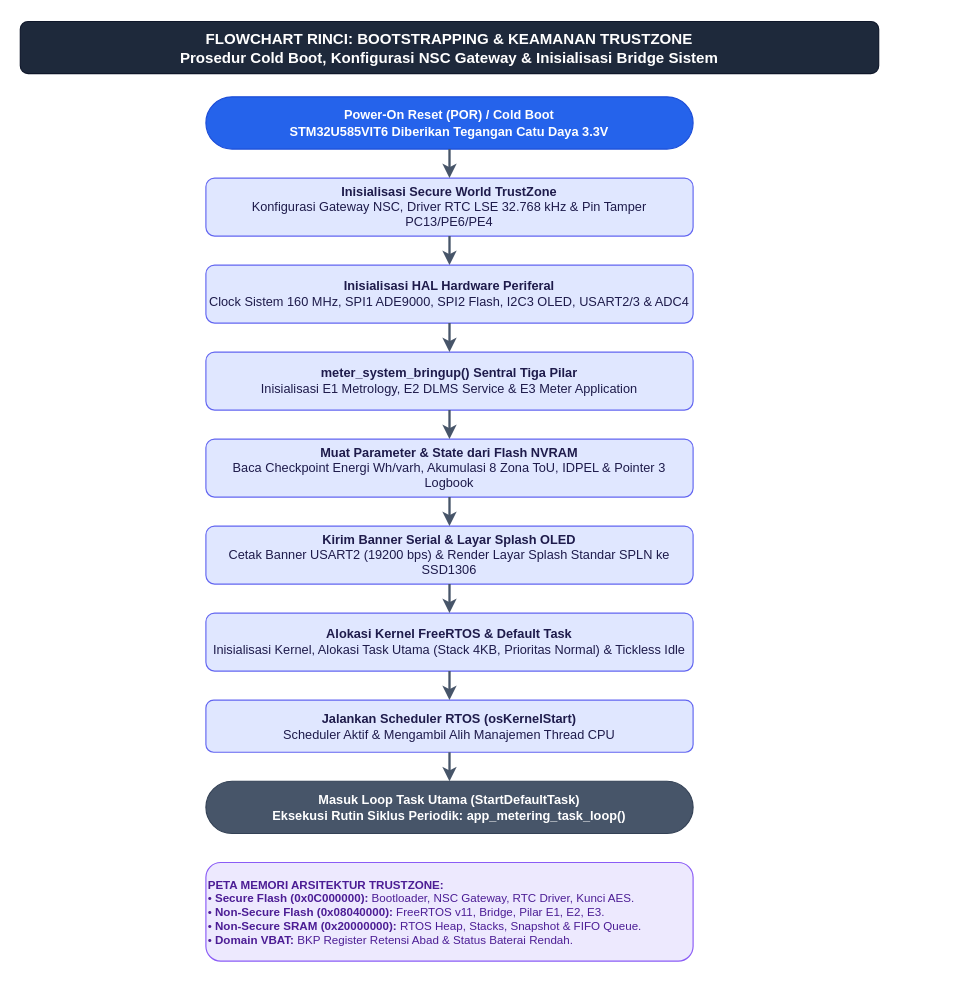
Earlier version of the draw.io diagram page "2. Bootstrapping & TrustZone" (2 of 7) of docs/system_flowchart.drawio (Kevla27/ALLIN). Source tidied: cells renumbered, new cells numbered last; positions are measured from the earlier drawing's top-left corner, leaving out a move shared by most shapes. Both pictures are drawn from the tidied source at 116%, with x=0, y=0 at pixel (20, 21).
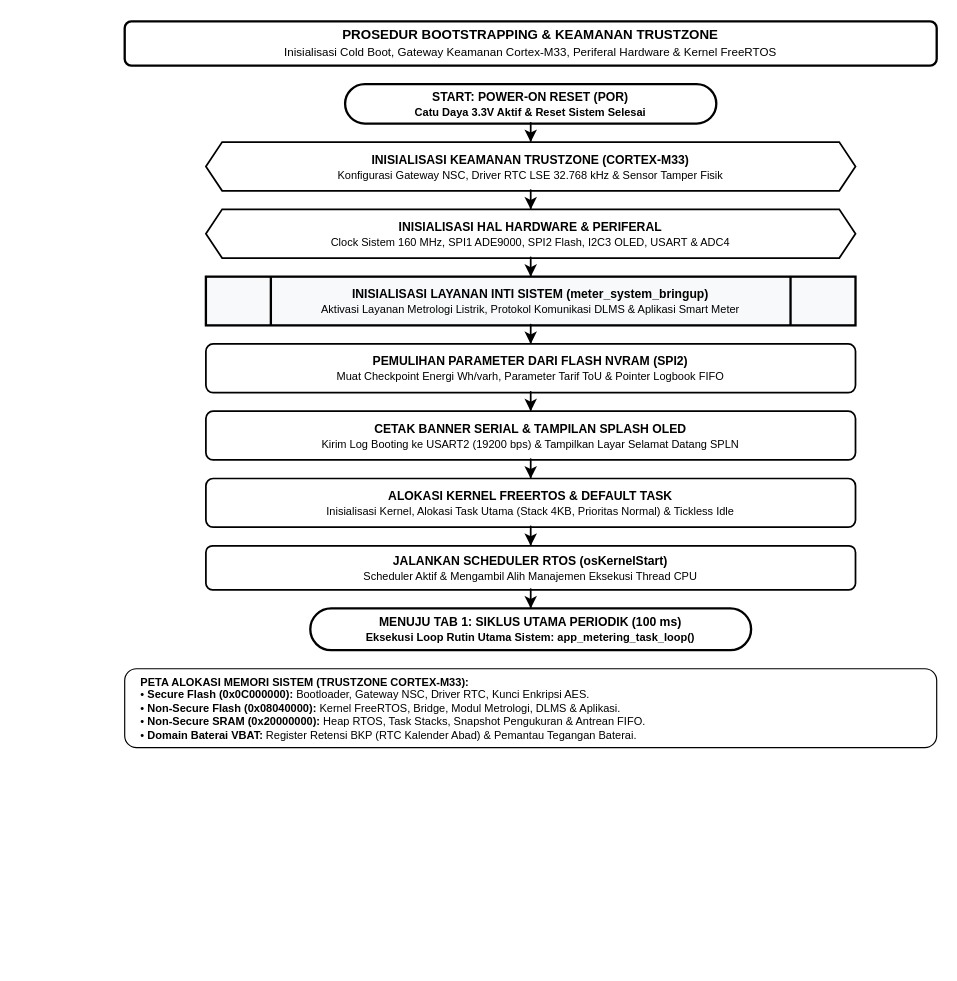
After the change.

Commit message (it also covers changes not shown here):
docs(flowchart): standarisasi Tab 2 Bootstrapping ISO 5807, B&W, dan eliminasi sebutan E gamblang

Change to the diagram source:
```diff
@@
-    <mxCell id="2" value="&lt;b&gt;FLOWCHART RINCI: BOOTSTRAPPING &amp;amp; KEAMANAN TRUSTZONE&lt;/b&gt;&lt;br/&gt;Prosedur Cold Boot, Konfigurasi NSC Gateway &amp;amp; Inisialisasi Bridge Sistem" style="rounded=1;whiteSpace=wrap;html=1;fillColor=#1e293b;strokeColor=#0f172a;fontColor=#ffffff;fontStyle=1;fontSize=13;align=center;" parent="1" vertex="1">
-      <mxGeometry width="740" height="45" as="geometry" />
+    <mxCell id="2" value="&lt;b&gt;PROSEDUR BOOTSTRAPPING &amp;amp; KEAMANAN TRUSTZONE&lt;/b&gt;&lt;br/&gt;&lt;font style=&quot;font-size:10px;&quot;&gt;Inisialisasi Cold Boot, Gateway Keamanan Cortex-M33, Periferal Hardware &amp;amp; Kernel FreeRTOS&lt;/font&gt;" style="rounded=1;whiteSpace=wrap;html=1;fillColor=#ffffff;strokeColor=#000000;strokeWidth=2;fontColor=#000000;fontSize=11.5;align=center;" parent="1" vertex="1">
+      <mxGeometry x="90" width="700" height="38" as="geometry" />
     </mxCell>
-    <mxCell id="3" value="&lt;b&gt;Power-On Reset (POR) / Cold Boot&lt;/b&gt;&lt;br/&gt;STM32U585VIT6 Diberikan Tegangan Catu Daya 3.3V" style="rounded=1;arcSize=50;whiteSpace=wrap;html=1;fillColor=#2563eb;strokeColor=#1d4ed8;fontColor=#ffffff;fontStyle=1;fontSize=11;align=center;" parent="1" vertex="1">
-      <mxGeometry x="160" y="65" width="420" height="45" as="geometry" />
+    <mxCell id="3" value="&lt;b&gt;START: POWER-ON RESET (POR)&lt;/b&gt;&lt;br/&gt;&lt;font style=&quot;font-size:9.5px;&quot;&gt;Catu Daya 3.3V Aktif &amp;amp; Reset Sistem Selesai&lt;/font&gt;" style="rounded=1;arcSize=50;whiteSpace=wrap;html=1;fillColor=#ffffff;strokeColor=#000000;strokeWidth=2;fontColor=#000000;fontStyle=1;fontSize=10.5;align=center;" parent="1" vertex="1">
+      <mxGeometry x="280" y="54" width="320" height="34" as="geometry" />
     </mxCell>
-    <mxCell id="4" value="&lt;b&gt;Inisialisasi Secure World TrustZone&lt;/b&gt;&lt;br/&gt;Konfigurasi Gateway NSC, Driver RTC LSE 32.768 kHz &amp;amp; Pin Tamper PC13/PE6/PE4" style="rounded=1;whiteSpace=wrap;html=1;fillColor=#e0e7ff;strokeColor=#6366f1;fontColor=#1e1b4b;fontSize=11;align=center;" parent="1" vertex="1">
-      <mxGeometry x="160" y="135" width="420" height="50" as="geometry" />
+    <mxCell id="4" value="&lt;b&gt;INISIALISASI KEAMANAN TRUSTZONE (CORTEX-M33)&lt;/b&gt;&lt;br/&gt;&lt;font style=&quot;font-size:9.5px;&quot;&gt;Konfigurasi Gateway NSC, Driver RTC LSE 32.768 kHz &amp;amp; Sensor Tamper Fisik&lt;/font&gt;" style="shape=hexagon;perimeter=hexagonPerimeter2;fixedSize=1;size=14;whiteSpace=wrap;html=1;fillColor=#ffffff;strokeColor=#000000;strokeWidth=1.5;fontColor=#000000;fontSize=10.5;align=center;" parent="1" vertex="1">
+      <mxGeometry x="160" y="104" width="560" height="42" as="geometry" />
     </mxCell>
+    <mxCell id="6" value="&lt;b&gt;INISIALISASI HAL HARDWARE &amp;amp; PERIFERAL&lt;/b&gt;&lt;br/&gt;&lt;font style=&quot;font-size:9.5px;&quot;&gt;Clock Sistem 160 MHz, SPI1 ADE9000, SPI2 Flash, I2C3 OLED, USART &amp;amp; ADC4&lt;/font&gt;" style="shape=hexagon;perimeter=hexagonPerimeter2;fixedSize=1;size=14;whiteSpace=wrap;html=1;fillColor=#ffffff;strokeColor=#000000;strokeWidth=1.5;fontColor=#000000;fontSize=10.5;align=center;" parent="1" vertex="1">
+      <mxGeometry x="160" y="162" width="560" height="42" as="geometry" />
+    </mxCell>
+    <mxCell id="8" value="&lt;b&gt;INISIALISASI LAYANAN INTI SISTEM (meter_system_bringup)&lt;/b&gt;&lt;br/&gt;&lt;font style=&quot;font-size:9.5px;&quot;&gt;Aktivasi Layanan Metrologi Listrik, Protokol Komunikasi DLMS &amp;amp; Aplikasi Smart Meter&lt;/font&gt;" style="shape=process;backgroundOutline=1;rounded=0;whiteSpace=wrap;html=1;fillColor=#f8f9fa;strokeColor=#000000;strokeWidth=2;fontColor=#000000;fontSize=10.5;align=center;" parent="1" vertex="1">
+      <mxGeometry x="160" y="220" width="560" height="42" as="geometry" />
+    </mxCell>
+    <mxCell id="10" value="&lt;b&gt;PEMULIHAN PARAMETER DARI FLASH NVRAM (SPI2)&lt;/b&gt;&lt;br/&gt;&lt;font style=&quot;font-size:9.5px;&quot;&gt;Muat Checkpoint Energi Wh/varh, Parameter Tarif ToU &amp;amp; Pointer Logbook FIFO&lt;/font&gt;" style="rounded=1;arcSize=15;whiteSpace=wrap;html=1;fillColor=#ffffff;strokeColor=#000000;strokeWidth=1.5;fontColor=#000000;fontSize=10.5;align=center;" parent="1" vertex="1">
+      <mxGeometry x="160" y="278" width="560" height="42" as="geometry" />
+    </mxCell>
+    <mxCell id="12" value="&lt;b&gt;CETAK BANNER SERIAL &amp;amp; TAMPILAN SPLASH OLED&lt;/b&gt;&lt;br/&gt;&lt;font style=&quot;font-size:9.5px;&quot;&gt;Kirim Log Booting ke USART2 (19200 bps) &amp;amp; Tampilkan Layar Selamat Datang SPLN&lt;/font&gt;" style="rounded=1;arcSize=15;whiteSpace=wrap;html=1;fillColor=#ffffff;strokeColor=#000000;strokeWidth=1.5;fontColor=#000000;fontSize=10.5;align=center;" parent="1" vertex="1">
+      <mxGeometry x="160" y="336" width="560" height="42" as="geometry" />
+    </mxCell>
+    <mxCell id="14" value="&lt;b&gt;ALOKASI KERNEL FREERTOS &amp;amp; DEFAULT TASK&lt;/b&gt;&lt;br/&gt;&lt;font style=&quot;font-size:9.5px;&quot;&gt;Inisialisasi Kernel, Alokasi Task Utama (Stack 4KB, Prioritas Normal) &amp;amp; Tickless Idle&lt;/font&gt;" style="rounded=1;arcSize=15;whiteSpace=wrap;html=1;fillColor=#ffffff;strokeColor=#000000;strokeWidth=1.5;fontColor=#000000;fontSize=10.5;align=center;" parent="1" vertex="1">
+      <mxGeometry x="160" y="394" width="560" height="42" as="geometry" />
+    </mxCell>
+    <mxCell id="16" value="&lt;b&gt;JALANKAN SCHEDULER RTOS (osKernelStart)&lt;/b&gt;&lt;br/&gt;&lt;font style=&quot;font-size:9.5px;&quot;&gt;Scheduler Aktif &amp;amp; Mengambil Alih Manajemen Eksekusi Thread CPU&lt;/font&gt;" style="rounded=1;arcSize=15;whiteSpace=wrap;html=1;fillColor=#ffffff;strokeColor=#000000;strokeWidth=1.5;fontColor=#000000;fontSize=10.5;align=center;" parent="1" vertex="1">
+      <mxGeometry x="160" y="452" width="560" height="38" as="geometry" />
+    </mxCell>
+    <mxCell id="18" value="&lt;b&gt;MENUJU TAB 1: SIKLUS UTAMA PERIODIK (100 ms)&lt;/b&gt;&lt;br/&gt;&lt;font style=&quot;font-size:9.5px;&quot;&gt;Eksekusi Loop Rutin Utama Sistem: app_metering_task_loop()&lt;/font&gt;" style="rounded=1;arcSize=50;whiteSpace=wrap;html=1;fillColor=#ffffff;strokeColor=#000000;strokeWidth=2;fontColor=#000000;fontStyle=1;fontSize=10.5;align=center;" parent="1" vertex="1">
+      <mxGeometry x="250" y="506" width="380" height="36" as="geometry" />
+    </mxCell>
+    <mxCell id="20" value="&lt;b&gt;PETA ALOKASI MEMORI SISTEM (TRUSTZONE CORTEX-M33):&lt;/b&gt;&lt;br/&gt;• &lt;b&gt;Secure Flash (0x0C000000):&lt;/b&gt; Bootloader, Gateway NSC, Driver RTC, Kunci Enkripsi AES.&lt;br/&gt;• &lt;b&gt;Non-Secure Flash (0x08040000):&lt;/b&gt; Kernel FreeRTOS, Bridge, Modul Metrologi, DLMS &amp;amp; Aplikasi.&lt;br/&gt;• &lt;b&gt;Non-Secure SRAM (0x20000000):&lt;/b&gt; Heap RTOS, Task Stacks, Snapshot Pengukuran &amp;amp; Antrean FIFO.&lt;br/&gt;• &lt;b&gt;Domain Baterai VBAT:&lt;/b&gt; Register Retensi BKP (RTC Kalender Abad) &amp;amp; Pemantau Tegangan Baterai." style="rounded=1;whiteSpace=wrap;html=1;fontSize=9.5;align=left;fillColor=#ffffff;strokeColor=#000000;strokeWidth=1;fontColor=#000000;spacingLeft=12;" parent="1" vertex="1">
+      <mxGeometry x="90" y="558" width="700" height="68" as="geometry" />
+    </mxCell>
-    <mxCell id="5" style="edgeStyle=orthogonalEdgeStyle;rounded=1;jettySize=auto;html=1;strokeColor=#475569;strokeWidth=2;endArrow=classic;endFill=1;labelBackgroundColor=#ffffff;fontColor=#1e293b;fontSize=11;" parent="1" edge="1" source="3" target="4">
+    <mxCell id="5" style="edgeStyle=orthogonalEdgeStyle;rounded=1;jettySize=auto;html=1;strokeColor=#000000;strokeWidth=1.5;endArrow=classic;endFill=1;" parent="1" edge="1" source="3" target="4">
       <mxGeometry relative="1" as="geometry" />
     </mxCell>
-    <mxCell id="6" value="&lt;b&gt;Inisialisasi HAL Hardware Periferal&lt;/b&gt;&lt;br/&gt;Clock Sistem 160 MHz, SPI1 ADE9000, SPI2 Flash, I2C3 OLED, USART2/3 &amp;amp; ADC4" style="rounded=1;whiteSpace=wrap;html=1;fillColor=#e0e7ff;strokeColor=#6366f1;fontColor=#1e1b4b;fontSize=11;align=center;" parent="1" vertex="1">
-      <mxGeometry x="160" y="210" width="420" height="50" as="geometry" />
-    </mxCell>
-    <mxCell id="7" style="edgeStyle=orthogonalEdgeStyle;rounded=1;jettySize=auto;html=1;strokeColor=#475569;strokeWidth=2;endArrow=classic;endFill=1;labelBackgroundColor=#ffffff;fontColor=#1e293b;fontSize=11;" parent="1" edge="1" source="4" target="6">
+    <mxCell id="7" style="edgeStyle=orthogonalEdgeStyle;rounded=1;jettySize=auto;html=1;strokeColor=#000000;strokeWidth=1.5;endArrow=classic;endFill=1;" parent="1" edge="1" source="4" target="6">
       <mxGeometry relative="1" as="geometry" />
     </mxCell>
-    <mxCell id="8" value="&lt;b&gt;meter_system_bringup() Sentral Tiga Pilar&lt;/b&gt;&lt;br/&gt;Inisialisasi E1 Metrology, E2 DLMS Service &amp;amp; E3 Meter Application" style="rounded=1;whiteSpace=wrap;html=1;fillColor=#e0e7ff;strokeColor=#6366f1;fontColor=#1e1b4b;fontSize=11;align=center;" parent="1" vertex="1">
-      <mxGeometry x="160" y="285" width="420" height="50" as="geometry" />
-    </mxCell>
-    <mxCell id="9" style="edgeStyle=orthogonalEdgeStyle;rounded=1;jettySize=auto;html=1;strokeColor=#475569;strokeWidth=2;endArrow=classic;endFill=1;labelBackgroundColor=#ffffff;fontColor=#1e293b;fontSize=11;" parent="1" edge="1" source="6" target="8">
+    <mxCell id="9" style="edgeStyle=orthogonalEdgeStyle;rounded=1;jettySize=auto;html=1;strokeColor=#000000;strokeWidth=1.5;endArrow=classic;endFill=1;" parent="1" edge="1" source="6" target="8">
       <mxGeometry relative="1" as="geometry" />
     </mxCell>
-    <mxCell id="10" value="&lt;b&gt;Muat Parameter &amp;amp; State dari Flash NVRAM&lt;/b&gt;&lt;br/&gt;Baca Checkpoint Energi Wh/varh, Akumulasi 8 Zona ToU, IDPEL &amp;amp; Pointer 3 Logbook" style="rounded=1;whiteSpace=wrap;html=1;fillColor=#e0e7ff;strokeColor=#6366f1;fontColor=#1e1b4b;fontSize=11;align=center;" parent="1" vertex="1">
-      <mxGeometry x="160" y="360" width="420" height="50" as="geometry" />
-    </mxCell>
-    <mxCell id="11" style="edgeStyle=orthogonalEdgeStyle;rounded=1;jettySize=auto;html=1;strokeColor=#475569;strokeWidth=2;endArrow=classic;endFill=1;labelBackgroundColor=#ffffff;fontColor=#1e293b;fontSize=11;" parent="1" edge="1" source="8" target="10">
+    <mxCell id="11" style="edgeStyle=orthogonalEdgeStyle;rounded=1;jettySize=auto;html=1;strokeColor=#000000;strokeWidth=1.5;endArrow=classic;endFill=1;" parent="1" edge="1" source="8" target="10">
       <mxGeometry relative="1" as="geometry" />
     </mxCell>
-    <mxCell id="12" value="&lt;b&gt;Kirim Banner Serial &amp;amp; Layar Splash OLED&lt;/b&gt;&lt;br/&gt;Cetak Banner USART2 (19200 bps) &amp;amp; Render Layar Splash Standar SPLN ke SSD1306" style="rounded=1;whiteSpace=wrap;html=1;fillColor=#e0e7ff;strokeColor=#6366f1;fontColor=#1e1b4b;fontSize=11;align=center;" parent="1" vertex="1">
-      <mxGeometry x="160" y="435" width="420" height="50" as="geometry" />
-    </mxCell>
-    <mxCell id="13" style="edgeStyle=orthogonalEdgeStyle;rounded=1;jettySize=auto;html=1;strokeColor=#475569;strokeWidth=2;endArrow=classic;endFill=1;labelBackgroundColor=#ffffff;fontColor=#1e293b;fontSize=11;" parent="1" edge="1" source="10" target="12">
+    <mxCell id="13" style="edgeStyle=orthogonalEdgeStyle;rounded=1;jettySize=auto;html=1;strokeColor=#000000;strokeWidth=1.5;endArrow=classic;endFill=1;" parent="1" edge="1" source="10" target="12">
       <mxGeometry relative="1" as="geometry" />
     </mxCell>
-    <mxCell id="14" value="&lt;b&gt;Alokasi Kernel FreeRTOS &amp;amp; Default Task&lt;/b&gt;&lt;br/&gt;Inisialisasi Kernel, Alokasi Task Utama (Stack 4KB, Prioritas Normal) &amp;amp; Tickless Idle" style="rounded=1;whiteSpace=wrap;html=1;fillColor=#e0e7ff;strokeColor=#6366f1;fontColor=#1e1b4b;fontSize=11;align=center;" parent="1" vertex="1">
-      <mxGeometry x="160" y="510" width="420" height="50" as="geometry" />
-    </mxCell>
-    <mxCell id="15" style="edgeStyle=orthogonalEdgeStyle;rounded=1;jettySize=auto;html=1;strokeColor=#475569;strokeWidth=2;endArrow=classic;endFill=1;labelBackgroundColor=#ffffff;fontColor=#1e293b;fontSize=11;" parent="1" edge="1" source="12" target="14">
+    <mxCell id="15" style="edgeStyle=orthogonalEdgeStyle;rounded=1;jettySize=auto;html=1;strokeColor=#000000;strokeWidth=1.5;endArrow=classic;endFill=1;" parent="1" edge="1" source="12" target="14">
       <mxGeometry relative="1" as="geometry" />
     </mxCell>
-    <mxCell id="16" value="&lt;b&gt;Jalankan Scheduler RTOS (osKernelStart)&lt;/b&gt;&lt;br/&gt;Scheduler Aktif &amp;amp; Mengambil Alih Manajemen Thread CPU" style="rounded=1;whiteSpace=wrap;html=1;fillColor=#e0e7ff;strokeColor=#6366f1;fontColor=#1e1b4b;fontSize=11;align=center;" parent="1" vertex="1">
-      <mxGeometry x="160" y="585" width="420" height="45" as="geometry" />
-    </mxCell>
-    <mxCell id="17" style="edgeStyle=orthogonalEdgeStyle;rounded=1;jettySize=auto;html=1;strokeColor=#475569;strokeWidth=2;endArrow=classic;endFill=1;labelBackgroundColor=#ffffff;fontColor=#1e293b;fontSize=11;" parent="1" edge="1" source="14" target="16">
+    <mxCell id="17" style="edgeStyle=orthogonalEdgeStyle;rounded=1;jettySize=auto;html=1;strokeColor=#000000;strokeWidth=1.5;endArrow=classic;endFill=1;" parent="1" edge="1" source="14" target="16">
       <mxGeometry relative="1" as="geometry" />
     </mxCell>
-    <mxCell id="18" value="&lt;b&gt;Masuk Loop Task Utama (StartDefaultTask)&lt;/b&gt;&lt;br/&gt;Eksekusi Rutin Siklus Periodik: app_metering_task_loop()" style="rounded=1;arcSize=50;whiteSpace=wrap;html=1;fillColor=#475569;strokeColor=#334155;fontColor=#ffffff;fontStyle=1;fontSize=11;align=center;" parent="1" vertex="1">
-      <mxGeometry x="160" y="655" width="420" height="45" as="geometry" />
-    </mxCell>
-    <mxCell id="19" style="edgeStyle=orthogonalEdgeStyle;rounded=1;jettySize=auto;html=1;strokeColor=#475569;strokeWidth=2;endArrow=classic;endFill=1;labelBackgroundColor=#ffffff;fontColor=#1e293b;fontSize=11;" parent="1" edge="1" source="16" target="18">
+    <mxCell id="19" style="edgeStyle=orthogonalEdgeStyle;rounded=1;jettySize=auto;html=1;strokeColor=#000000;strokeWidth=1.5;endArrow=classic;endFill=1;" parent="1" edge="1" source="16" target="18">
       <mxGeometry relative="1" as="geometry" />
     </mxCell>
-    <mxCell id="20" value="&lt;b&gt;PETA MEMORI ARSITEKTUR TRUSTZONE:&lt;/b&gt;&lt;br/&gt;• &lt;b&gt;Secure Flash (0x0C000000):&lt;/b&gt; Bootloader, NSC Gateway, RTC Driver, Kunci AES.&lt;br/&gt;• &lt;b&gt;Non-Secure Flash (0x08040000):&lt;/b&gt; FreeRTOS v11, Bridge, Pilar E1, E2, E3.&lt;br/&gt;• &lt;b&gt;Non-Secure SRAM (0x20000000):&lt;/b&gt; RTOS Heap, Stacks, Snapshot &amp;amp; FIFO Queue.&lt;br/&gt;• &lt;b&gt;Domain VBAT:&lt;/b&gt; BKP Register Retensi Abad &amp;amp; Status Baterai Rendah." style="rounded=1;whiteSpace=wrap;html=1;fontSize=10;align=left;fillColor=#ede9fe;strokeColor=#8b5cf6;fontColor=#4c1d95;" parent="1" vertex="1">
-      <mxGeometry x="160" y="725" width="420" height="85" as="geometry" />
-    </mxCell>
```
